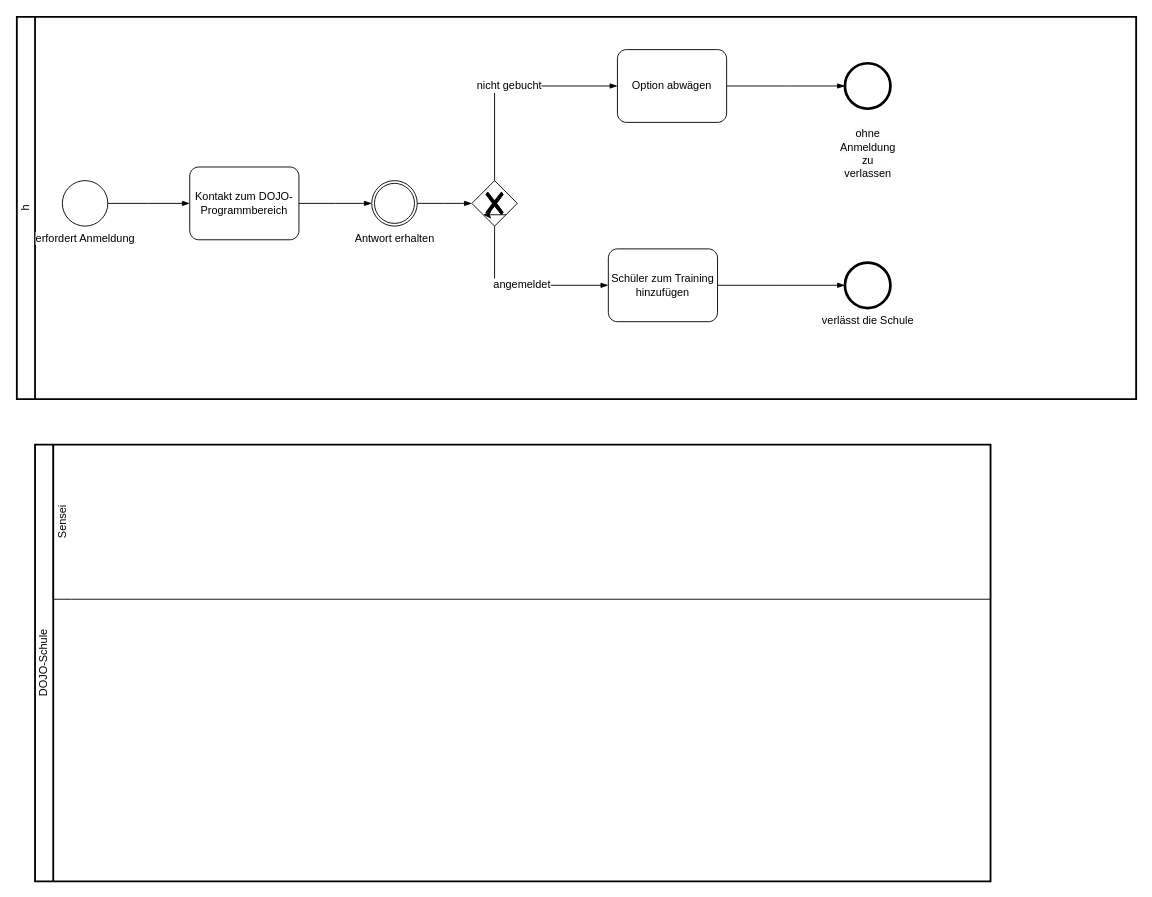
Earlier version of the draw.io diagram BPMN Diagramm.drawio (Mikomy/Softwaremanagement-1). Source tidied: cells renumbered, new cells numbered last; positions are measured from the earlier drawing's top-left corner, leaving out a move shared by most shapes. Both pictures are drawn from the tidied source at 91%, with x=0, y=0 at pixel (16, 16).
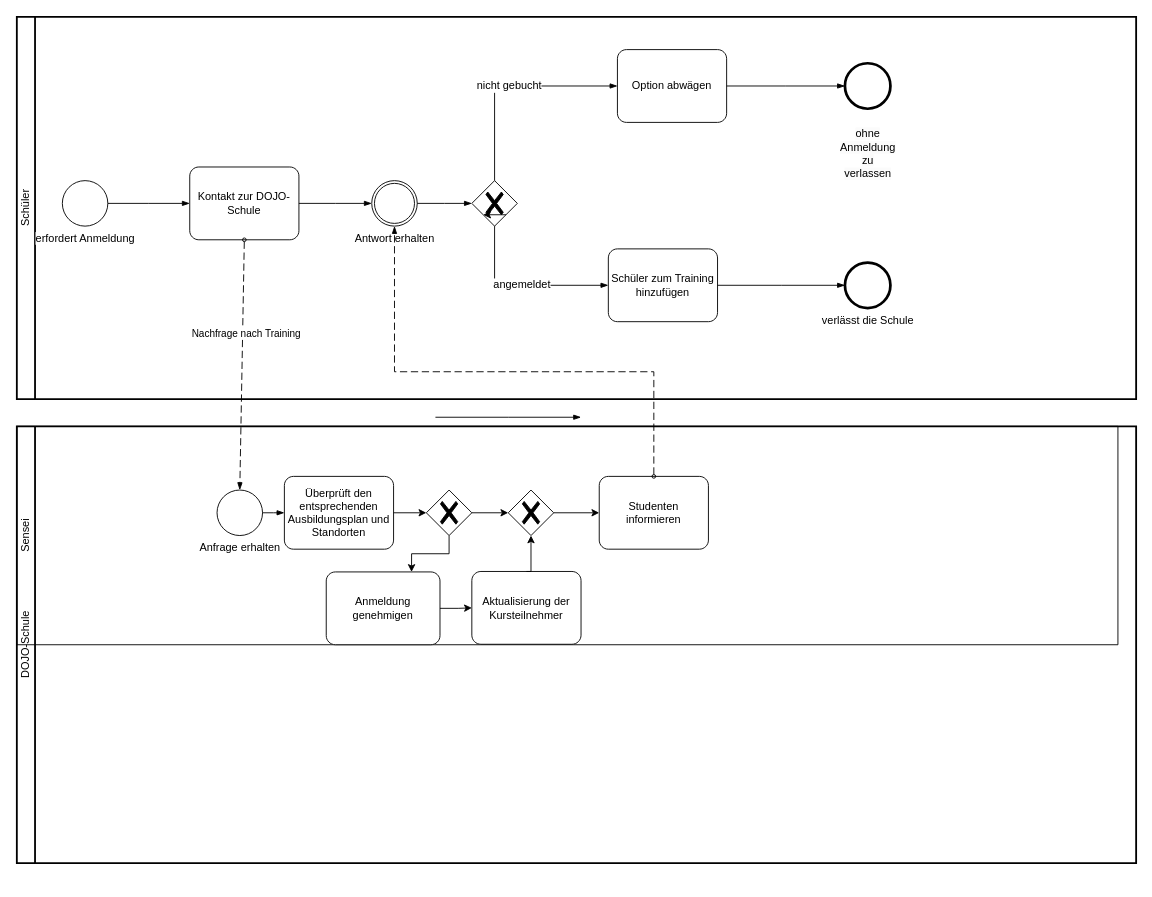
After the change.

The change refers to these unchanged cells:
```xml
<mxCell id="6" value="Antwort erhalten" style="points=[[0.145,0.145,0],[0.5,0,0],[0.855,0.145,0],[1,0.5,0],[0.855,0.855,0],[0.5,1,0],[0.145,0.855,0],[0,0.5,0]];shape=mxgraph.bpmn.event;html=1;verticalLabelPosition=bottom;labelBackgroundColor=#ffffff;verticalAlign=top;align=center;perimeter=ellipsePerimeter;outlineConnect=0;outline=throwing;symbol=general;" parent="2" vertex="1">
  <mxGeometry x="390" y="180" width="50" height="50" as="geometry" />
</mxCell>
```

Change to the diagram source:
```diff
@@
-    <mxCell id="2" value="h" style="swimlane;html=1;startSize=20;fontStyle=0;horizontal=0;swimlaneLine=1;swimlaneFillColor=#ffffff;strokeWidth=2;whiteSpace=wrap;" parent="1" vertex="1">
+    <mxCell id="2" value="Schüler" style="swimlane;html=1;startSize=20;fontStyle=0;horizontal=0;swimlaneLine=1;swimlaneFillColor=#ffffff;strokeWidth=2;whiteSpace=wrap;" parent="1" vertex="1">
       <mxGeometry width="1230" height="420" as="geometry" />
     </mxCell>
@@
-    <mxCell id="4" value="Kontakt zum DOJO-Programmbereich" style="points=[[0.25,0,0],[0.5,0,0],[0.75,0,0],[1,0.25,0],[1,0.5,0],[1,0.75,0],[0.75,1,0],[0.5,1,0],[0.25,1,0],[0,0.75,0],[0,0.5,0],[0,0.25,0]];shape=mxgraph.bpmn.task;whiteSpace=wrap;rectStyle=rounded;size=10;html=1;taskMarker=abstract;" parent="2" vertex="1">
+    <mxCell id="4" value="Kontakt zur DOJO-Schule" style="points=[[0.25,0,0],[0.5,0,0],[0.75,0,0],[1,0.25,0],[1,0.5,0],[1,0.75,0],[0.75,1,0],[0.5,1,0],[0.25,1,0],[0,0.75,0],[0,0.5,0],[0,0.25,0]];shape=mxgraph.bpmn.task;whiteSpace=wrap;rectStyle=rounded;size=10;html=1;taskMarker=abstract;" parent="2" vertex="1">
       <mxGeometry x="190" y="165" width="120" height="80" as="geometry" />
     </mxCell>
@@
     <mxCell id="16" value="DOJO-Schule" style="swimlane;html=1;startSize=20;fontStyle=0;horizontal=0;swimlaneLine=1;swimlaneFillColor=#ffffff;strokeWidth=2;whiteSpace=wrap;" parent="1" vertex="1">
-      <mxGeometry x="20" y="470" width="1050" height="480" as="geometry" />
+      <mxGeometry y="450" width="1230" height="480" as="geometry" />
     </mxCell>
     <mxCell id="17" value="Sensei" style="swimlane;html=1;startSize=20;fontStyle=0;horizontal=0;swimlaneLine=0;fillColor=none;whiteSpace=wrap;" parent="16" vertex="1">
-      <mxGeometry x="20" width="1030" height="170" as="geometry" />
+      <mxGeometry width="1210" height="240" as="geometry" />
     </mxCell>
+    <mxCell id="21" value="Anfrage erhalten" style="points=[[0.145,0.145,0],[0.5,0,0],[0.855,0.145,0],[1,0.5,0],[0.855,0.855,0],[0.5,1,0],[0.145,0.855,0],[0,0.5,0]];shape=mxgraph.bpmn.event;html=1;verticalLabelPosition=bottom;labelBackgroundColor=#ffffff;verticalAlign=top;align=center;perimeter=ellipsePerimeter;outlineConnect=0;outline=standard;symbol=general;" parent="17" vertex="1">
+      <mxGeometry x="220" y="70" width="50" height="50" as="geometry" />
+    </mxCell>
+    <mxCell id="22" value="Überprüft den entsprechenden Ausbildungsplan und Standorten" style="points=[[0.25,0,0],[0.5,0,0],[0.75,0,0],[1,0.25,0],[1,0.5,0],[1,0.75,0],[0.75,1,0],[0.5,1,0],[0.25,1,0],[0,0.75,0],[0,0.5,0],[0,0.25,0]];shape=mxgraph.bpmn.task;whiteSpace=wrap;rectStyle=rounded;size=10;html=1;taskMarker=abstract;" parent="17" vertex="1">
+      <mxGeometry x="294" y="55" width="120" height="80" as="geometry" />
+    </mxCell>
+    <mxCell id="23" style="edgeStyle=elbowEdgeStyle;fontSize=12;html=1;endArrow=blockThin;endFill=1;rounded=0;entryX=0;entryY=0.5;entryDx=0;entryDy=0;entryPerimeter=0;exitX=1;exitY=0.5;exitDx=0;exitDy=0;exitPerimeter=0;" parent="17" edge="1" source="21" target="22">
+      <mxGeometry relative="1" as="geometry" />
+    </mxCell>
+    <mxCell id="24" style="points=[[0.25,0.25,0],[0.5,0,0],[0.75,0.25,0],[1,0.5,0],[0.75,0.75,0],[0.5,1,0],[0.25,0.75,0],[0,0.5,0]];shape=mxgraph.bpmn.gateway2;html=1;verticalLabelPosition=bottom;labelBackgroundColor=#ffffff;verticalAlign=top;align=center;perimeter=rhombusPerimeter;outlineConnect=0;outline=none;symbol=none;gwType=exclusive;" parent="17" vertex="1">
+      <mxGeometry x="450" y="70" width="50" height="50" as="geometry" />
+    </mxCell>
+    <mxCell id="25" style="edgeStyle=orthogonalEdgeStyle;rounded=0;jettySize=auto;html=1;exitX=1;exitY=0.5;exitDx=0;exitDy=0;exitPerimeter=0;entryX=0;entryY=0.5;entryDx=0;entryDy=0;entryPerimeter=0;" parent="17" edge="1" source="22" target="24">
+      <mxGeometry relative="1" as="geometry" />
+    </mxCell>
+    <mxCell id="26" value="Studenten informieren" style="points=[[0.25,0,0],[0.5,0,0],[0.75,0,0],[1,0.25,0],[1,0.5,0],[1,0.75,0],[0.75,1,0],[0.5,1,0],[0.25,1,0],[0,0.75,0],[0,0.5,0],[0,0.25,0]];shape=mxgraph.bpmn.task;whiteSpace=wrap;rectStyle=rounded;size=10;html=1;taskMarker=abstract;" parent="17" vertex="1">
+      <mxGeometry x="640" y="55" width="120" height="80" as="geometry" />
+    </mxCell>
+    <mxCell id="27" value="Anmeldung genehmigen" style="points=[[0.25,0,0],[0.5,0,0],[0.75,0,0],[1,0.25,0],[1,0.5,0],[1,0.75,0],[0.75,1,0],[0.5,1,0],[0.25,1,0],[0,0.75,0],[0,0.5,0],[0,0.25,0]];shape=mxgraph.bpmn.task;whiteSpace=wrap;rectStyle=rounded;size=10;html=1;taskMarker=abstract;" parent="17" vertex="1">
+      <mxGeometry x="340" y="160" width="125" height="80" as="geometry" />
+    </mxCell>
+    <mxCell id="28" style="points=[[0.25,0.25,0],[0.5,0,0],[0.75,0.25,0],[1,0.5,0],[0.75,0.75,0],[0.5,1,0],[0.25,0.75,0],[0,0.5,0]];shape=mxgraph.bpmn.gateway2;html=1;verticalLabelPosition=bottom;labelBackgroundColor=#ffffff;verticalAlign=top;align=center;perimeter=rhombusPerimeter;outlineConnect=0;outline=none;symbol=none;gwType=exclusive;" parent="17" vertex="1">
+      <mxGeometry x="540" y="70" width="50" height="50" as="geometry" />
+    </mxCell>
+    <mxCell id="29" style="edgeStyle=orthogonalEdgeStyle;rounded=0;jettySize=auto;html=1;entryX=0;entryY=0.5;entryDx=0;entryDy=0;entryPerimeter=0;exitX=1;exitY=0.5;exitDx=0;exitDy=0;exitPerimeter=0;" parent="17" edge="1" source="24" target="28">
+      <mxGeometry relative="1" as="geometry" />
+    </mxCell>
+    <mxCell id="30" style="edgeStyle=orthogonalEdgeStyle;rounded=0;jettySize=auto;html=1;exitX=0.5;exitY=1;exitDx=0;exitDy=0;exitPerimeter=0;entryX=0.75;entryY=0;entryDx=0;entryDy=0;entryPerimeter=0;" parent="17" edge="1" source="24" target="27">
+      <mxGeometry relative="1" as="geometry" />
+    </mxCell>
+    <mxCell id="31" style="edgeStyle=orthogonalEdgeStyle;rounded=0;jettySize=auto;html=1;exitX=1;exitY=0.5;exitDx=0;exitDy=0;exitPerimeter=0;entryX=0;entryY=0.5;entryDx=0;entryDy=0;entryPerimeter=0;" parent="17" edge="1" source="28" target="26">
+      <mxGeometry relative="1" as="geometry" />
+    </mxCell>
@@
+    <mxCell id="32" style="dashed=1;dashPattern=8 4;endArrow=blockThin;endFill=1;startArrow=oval;startFill=0;endSize=6;startSize=4;html=1;rounded=0;exitX=0.5;exitY=1;exitDx=0;exitDy=0;exitPerimeter=0;entryX=0.5;entryY=0;entryDx=0;entryDy=0;entryPerimeter=0;" parent="1" edge="1" source="4" target="21">
+      <mxGeometry relative="1" as="geometry" />
+    </mxCell>
+    <mxCell id="33" value="Nachfrage nach Training" style="edgeLabel;html=1;align=center;verticalAlign=middle;" parent="32" vertex="1">
+      <mxGeometry x="-0.26" y="3" relative="1" as="geometry" />
+    </mxCell>
+    <mxCell id="34" style="dashed=1;dashPattern=8 4;endArrow=blockThin;endFill=1;startArrow=oval;startFill=0;endSize=6;startSize=4;html=1;rounded=0;exitX=0.5;exitY=0;exitDx=0;exitDy=0;exitPerimeter=0;entryX=0.5;entryY=1;entryDx=0;entryDy=0;entryPerimeter=0;" parent="1" edge="1" source="26" target="6">
+      <mxGeometry relative="1" as="geometry">
+        <Array as="points">
+          <mxPoint x="700" y="390" />
+          <mxPoint x="415" y="390" />
+        </Array>
+      </mxGeometry>
+    </mxCell>
+    <mxCell id="35" style="edgeStyle=elbowEdgeStyle;fontSize=12;html=1;endArrow=blockThin;endFill=1;rounded=0;" parent="1" edge="1">
+      <mxGeometry relative="1" as="geometry">
+        <mxPoint x="460" y="440" as="sourcePoint" />
+        <mxPoint x="620" y="440" as="targetPoint" />
+      </mxGeometry>
+    </mxCell>
+    <mxCell id="36" value="Aktualisierung der Kursteilnehmer" style="points=[[0.25,0,0],[0.5,0,0],[0.75,0,0],[1,0.25,0],[1,0.5,0],[1,0.75,0],[0.75,1,0],[0.5,1,0],[0.25,1,0],[0,0.75,0],[0,0.5,0],[0,0.25,0]];shape=mxgraph.bpmn.task;whiteSpace=wrap;rectStyle=rounded;size=10;html=1;taskMarker=abstract;" parent="1" vertex="1">
+      <mxGeometry x="500" y="609.5" width="120" height="80" as="geometry" />
+    </mxCell>
+    <mxCell id="37" style="edgeStyle=orthogonalEdgeStyle;rounded=0;jettySize=auto;html=1;exitX=1;exitY=0.5;exitDx=0;exitDy=0;exitPerimeter=0;" parent="1" edge="1" source="27" target="36">
+      <mxGeometry relative="1" as="geometry" />
+    </mxCell>
+    <mxCell id="38" style="edgeStyle=orthogonalEdgeStyle;rounded=0;jettySize=auto;html=1;exitX=0.5;exitY=0;exitDx=0;exitDy=0;exitPerimeter=0;entryX=0.5;entryY=1;entryDx=0;entryDy=0;entryPerimeter=0;" parent="1" edge="1" source="36" target="28">
+      <mxGeometry relative="1" as="geometry" />
+    </mxCell>
```
